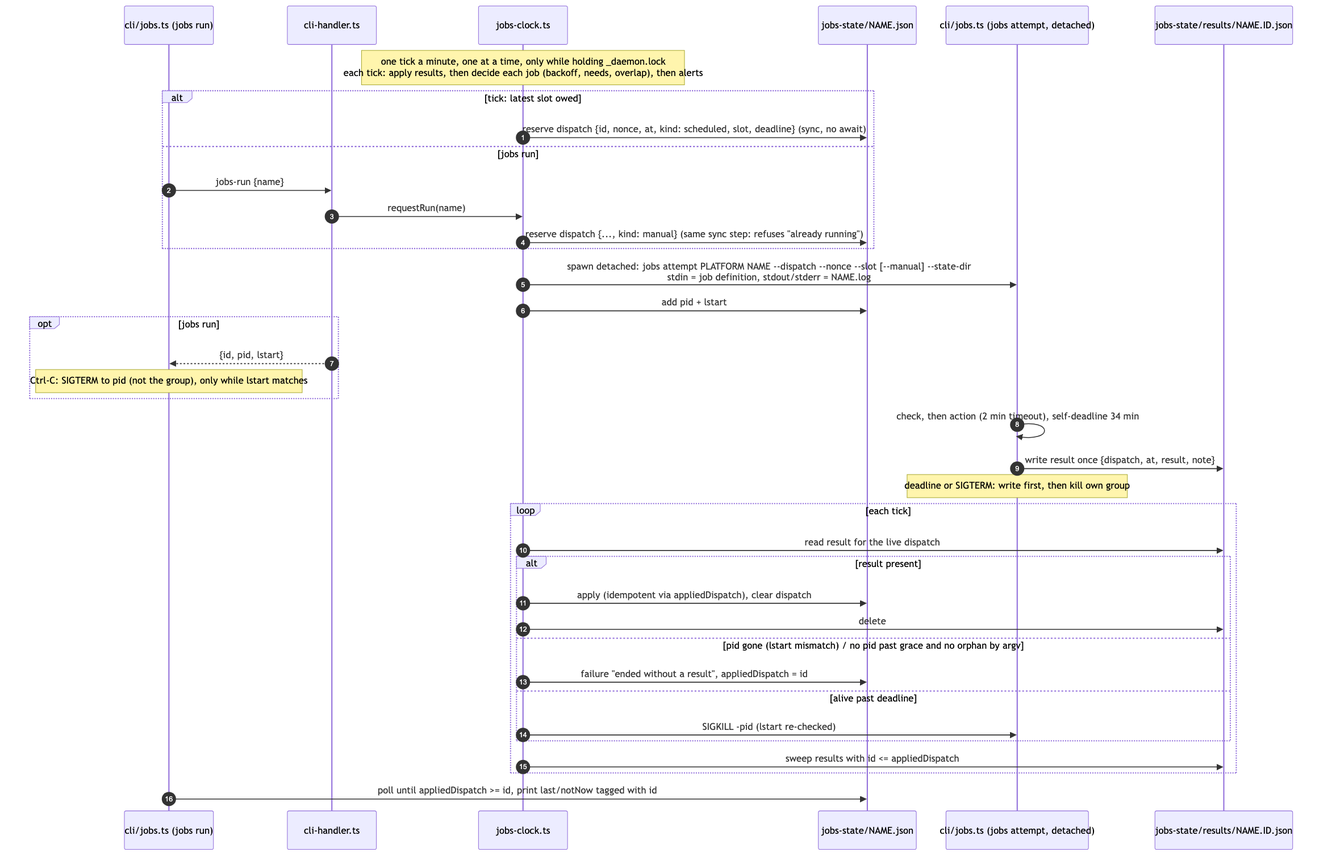
sf8193/hydra keeps this Mermaid diagram as diagrams/flow-jobs-dispatch.png. Above is the earlier version. Its source is kept beside it as diagrams/flow-jobs-dispatch.mmd. Its diagram source:
```mermaid
sequenceDiagram
    autonumber
    participant CLI as cli/jobs.ts (jobs run)
    participant H as cli-handler.ts
    participant C as jobs-clock.ts
    participant S as jobs-state/NAME.json
    participant A as cli/jobs.ts (jobs attempt, detached)
    participant R as jobs-state/results/NAME.ID.json

    Note over C: one tick a minute, one at a time, only while holding _daemon.lock<br/>each tick: apply results, then decide each job (backoff, needs, overlap), then alerts
    alt tick: latest slot owed
        C->>S: reserve dispatch {id, nonce, at, kind: scheduled, slot, deadline} (sync, no await)
    else jobs run
        CLI->>H: jobs-run {name}
        H->>C: requestRun(name)
        C->>S: reserve dispatch {..., kind: manual} (same sync step: refuses "already running")
    end
    C->>A: spawn detached: jobs attempt PLATFORM NAME --dispatch --nonce --slot [--manual] --state-dir<br/>stdin = job definition, stdout/stderr = NAME.log
    C->>S: add pid + lstart
    opt jobs run
        H-->>CLI: {id, pid, lstart}
        Note over CLI: Ctrl-C: SIGTERM to pid (not the group), only while lstart matches
    end
    A->>A: check, then action (2 min timeout), self-deadline 34 min
    A->>R: write result once {dispatch, at, result, note}
    Note over A: deadline or SIGTERM: write first, then kill own group
    loop each tick
        C->>R: read result for the live dispatch
        alt result present
            C->>S: apply (idempotent via appliedDispatch), clear dispatch
            C->>R: delete
        else pid gone (lstart mismatch) / no pid past grace and no orphan by argv
            C->>S: failure "ended without a result", appliedDispatch = id
        else alive past deadline
            C->>A: SIGKILL -pid (lstart re-checked)
        end
        C->>R: sweep results with id <= appliedDispatch
    end
    CLI->>S: poll until appliedDispatch >= id, print last/notNow tagged with id
```
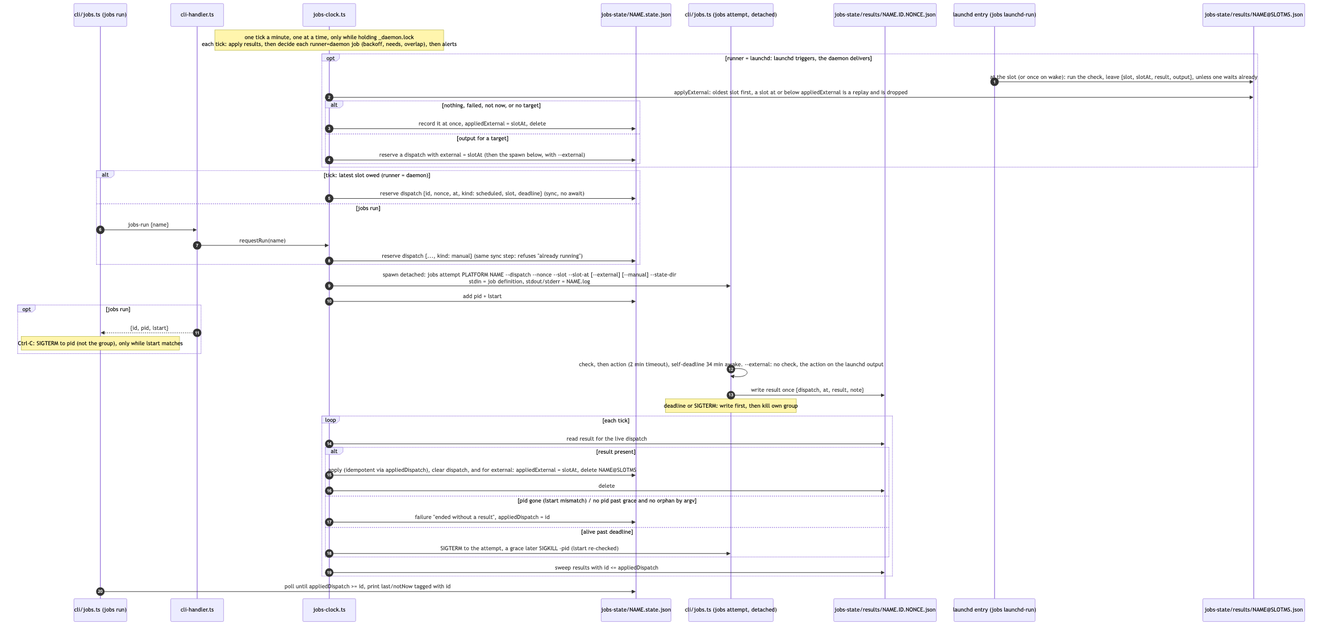
After the change.

What changed in the source:
```diff
@@ -3,36 +3,47 @@
     participant CLI as cli/jobs.ts (jobs run)
     participant H as cli-handler.ts
     participant C as jobs-clock.ts
-    participant S as jobs-state/NAME.json
+    participant S as jobs-state/NAME.state.json
     participant A as cli/jobs.ts (jobs attempt, detached)
-    participant R as jobs-state/results/NAME.ID.json
+    participant R as jobs-state/results/NAME.ID.NONCE.json
+    participant LD as launchd entry (jobs launchd-run)
+    participant X as jobs-state/results/NAME@SLOTMS.json
 
-    Note over C: one tick a minute, one at a time, only while holding _daemon.lock<br/>each tick: apply results, then decide each job (backoff, needs, overlap), then alerts
-    alt tick: latest slot owed
+    Note over C: one tick a minute, one at a time, only while holding _daemon.lock<br/>each tick: apply results, then decide each runner=daemon job (backoff, needs, overlap), then alerts
+    opt runner = launchd: launchd triggers, the daemon delivers
+        LD->>X: at the slot (or once on wake): run the check, leave {slot, slotAt, result, output}, unless one waits already
+        C->>X: applyExternal: oldest slot first, a slot at or below appliedExternal is a replay and is dropped
+        alt nothing, failed, not now, or no target
+            C->>S: record it at once, appliedExternal = slotAt, delete
+        else output for a target
+            C->>S: reserve a dispatch with external = slotAt (then the spawn below, with --external)
+        end
+    end
+    alt tick: latest slot owed (runner = daemon)
         C->>S: reserve dispatch {id, nonce, at, kind: scheduled, slot, deadline} (sync, no await)
     else jobs run
         CLI->>H: jobs-run {name}
         H->>C: requestRun(name)
         C->>S: reserve dispatch {..., kind: manual} (same sync step: refuses "already running")
     end
-    C->>A: spawn detached: jobs attempt PLATFORM NAME --dispatch --nonce --slot [--manual] --state-dir<br/>stdin = job definition, stdout/stderr = NAME.log
+    C->>A: spawn detached: jobs attempt PLATFORM NAME --dispatch --nonce --slot --slot-at [--external] [--manual] --state-dir<br/>stdin = job definition, stdout/stderr = NAME.log
     C->>S: add pid + lstart
     opt jobs run
         H-->>CLI: {id, pid, lstart}
         Note over CLI: Ctrl-C: SIGTERM to pid (not the group), only while lstart matches
     end
-    A->>A: check, then action (2 min timeout), self-deadline 34 min
+    A->>A: check, then action (2 min timeout), self-deadline 34 min awake. --external: no check, the action on the launchd output
     A->>R: write result once {dispatch, at, result, note}
     Note over A: deadline or SIGTERM: write first, then kill own group
     loop each tick
         C->>R: read result for the live dispatch
         alt result present
-            C->>S: apply (idempotent via appliedDispatch), clear dispatch
+            C->>S: apply (idempotent via appliedDispatch), clear dispatch, and for external: appliedExternal = slotAt, delete NAME@SLOTMS
             C->>R: delete
         else pid gone (lstart mismatch) / no pid past grace and no orphan by argv
             C->>S: failure "ended without a result", appliedDispatch = id
         else alive past deadline
-            C->>A: SIGKILL -pid (lstart re-checked)
+            C->>A: SIGTERM to the attempt, a grace later SIGKILL -pid (lstart re-checked)
         end
         C->>R: sweep results with id <= appliedDispatch
     end
```
